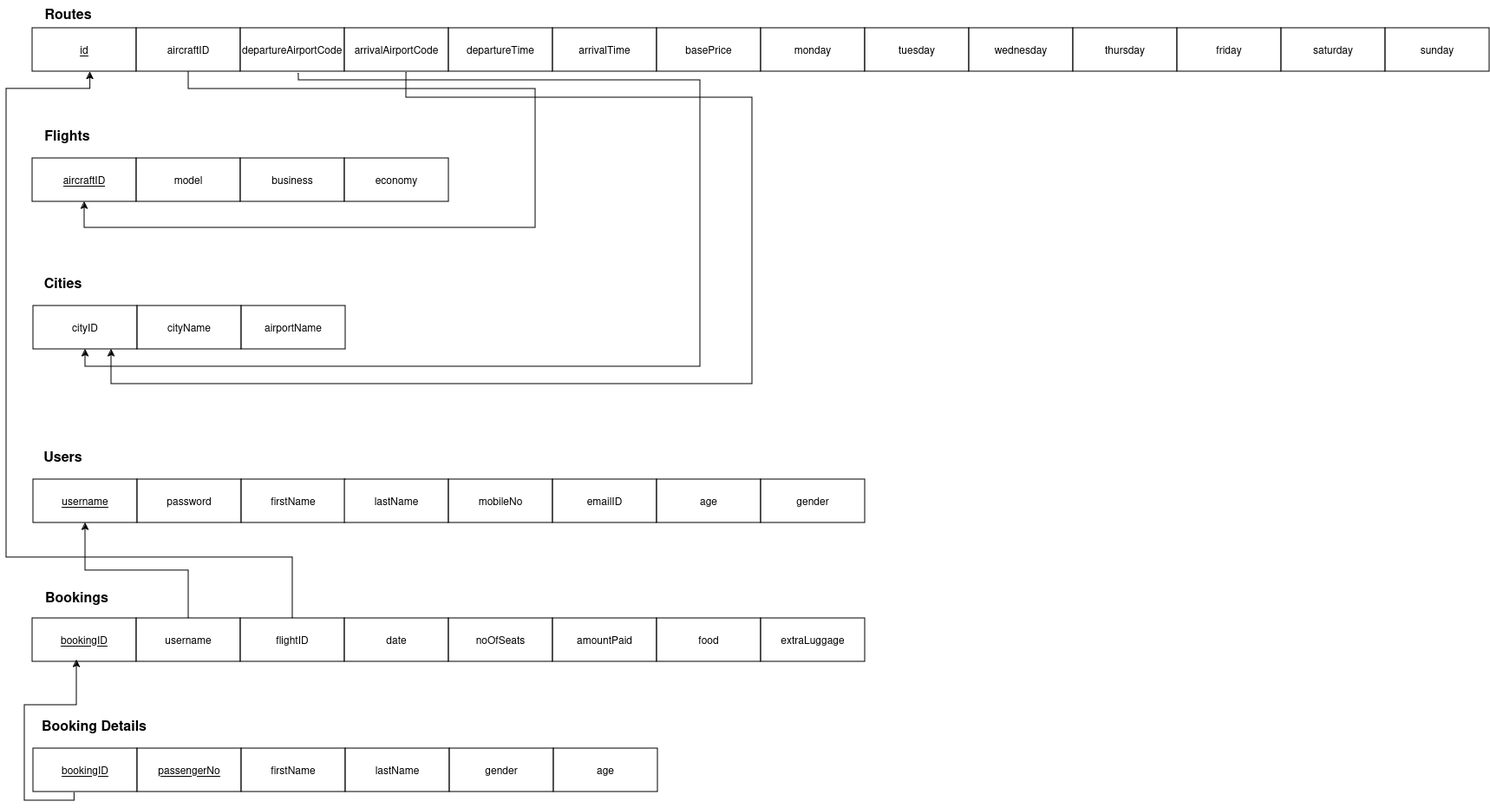
shelly-shells/airline-ticket keeps this draw.io diagram as assets/rschema.drawio.png. Above is the earlier version. Source tidied: cells renumbered, new cells last; positions are measured from the earlier drawing's top-left corner, leaving out a move shared by most shapes.
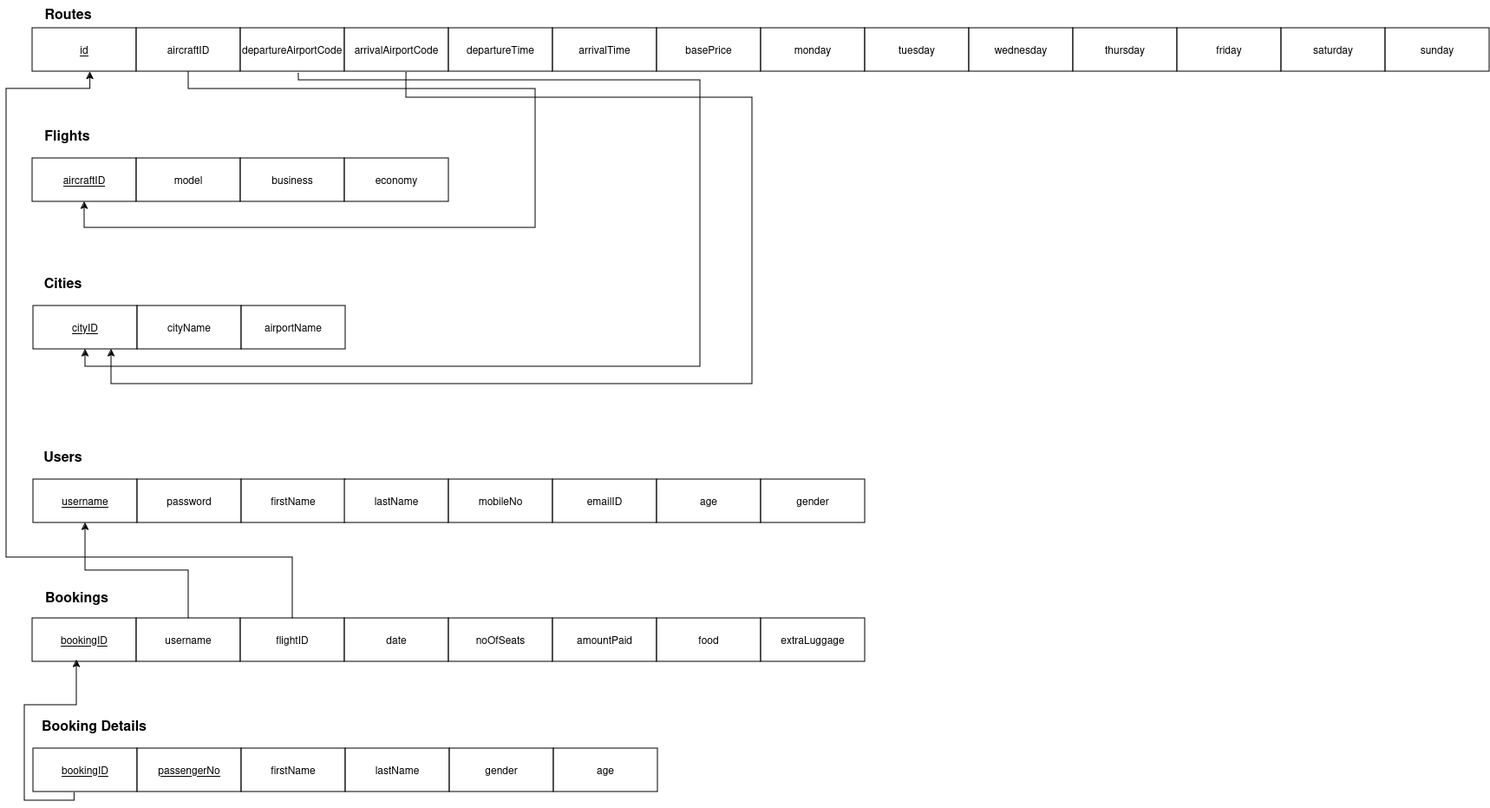
After the commit.

Diff of the diagram source:
```diff
@@ -72,7 +72,7 @@
         </Array>
       </mxGeometry>
     </mxCell>
-    <mxCell id="23" value="cityID" style="rounded=0;whiteSpace=wrap;html=1;" parent="1" vertex="1">
+    <mxCell id="23" value="&lt;u&gt;cityID&lt;/u&gt;" style="rounded=0;whiteSpace=wrap;html=1;" parent="1" vertex="1">
       <mxGeometry x="31" y="352" width="120" height="50" as="geometry" />
     </mxCell>
     <mxCell id="24" value="cityName" style="rounded=0;whiteSpace=wrap;html=1;" parent="1" vertex="1">
```
